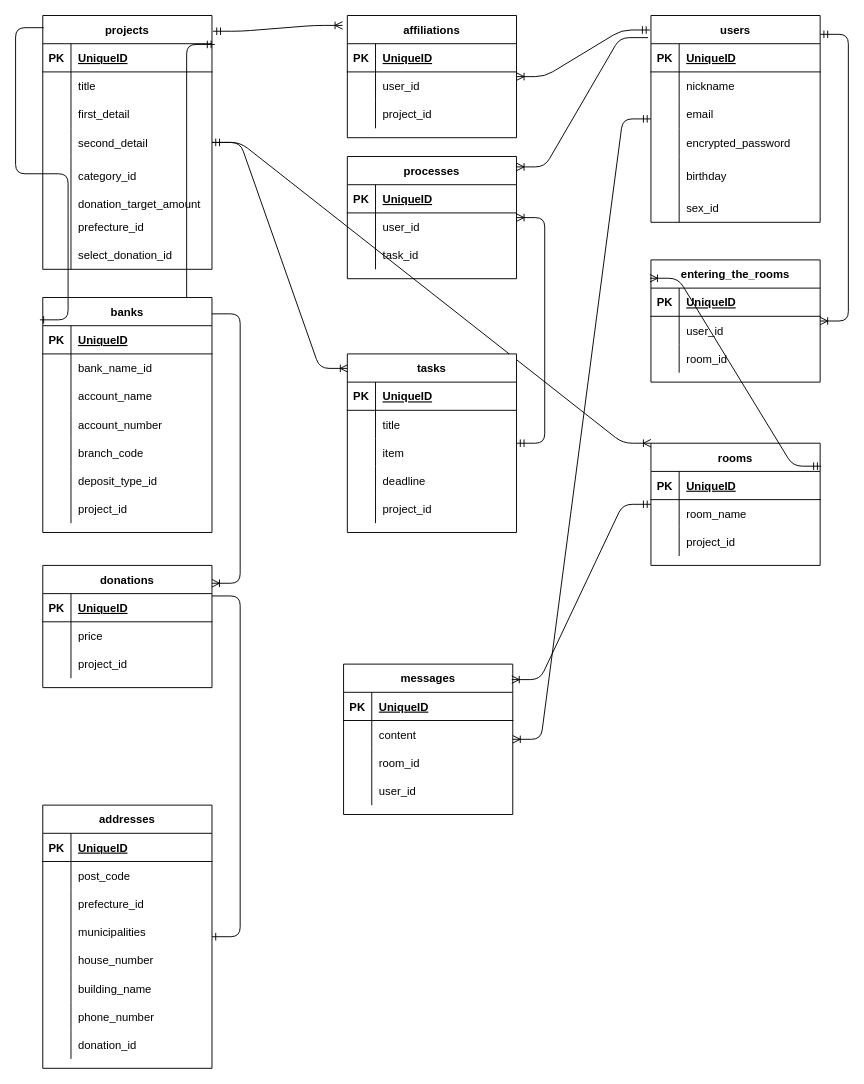
This is er.dio from akioGitHub/project-app, a draw.io file, before an edit. Source tidied: cells renumbered, new cells numbered last; positions are measured from the earlier drawing's top-left corner, leaving out a move shared by most shapes. Both pictures are drawn from the tidied source at 94%, with x=0, y=0 at pixel (42, 15).
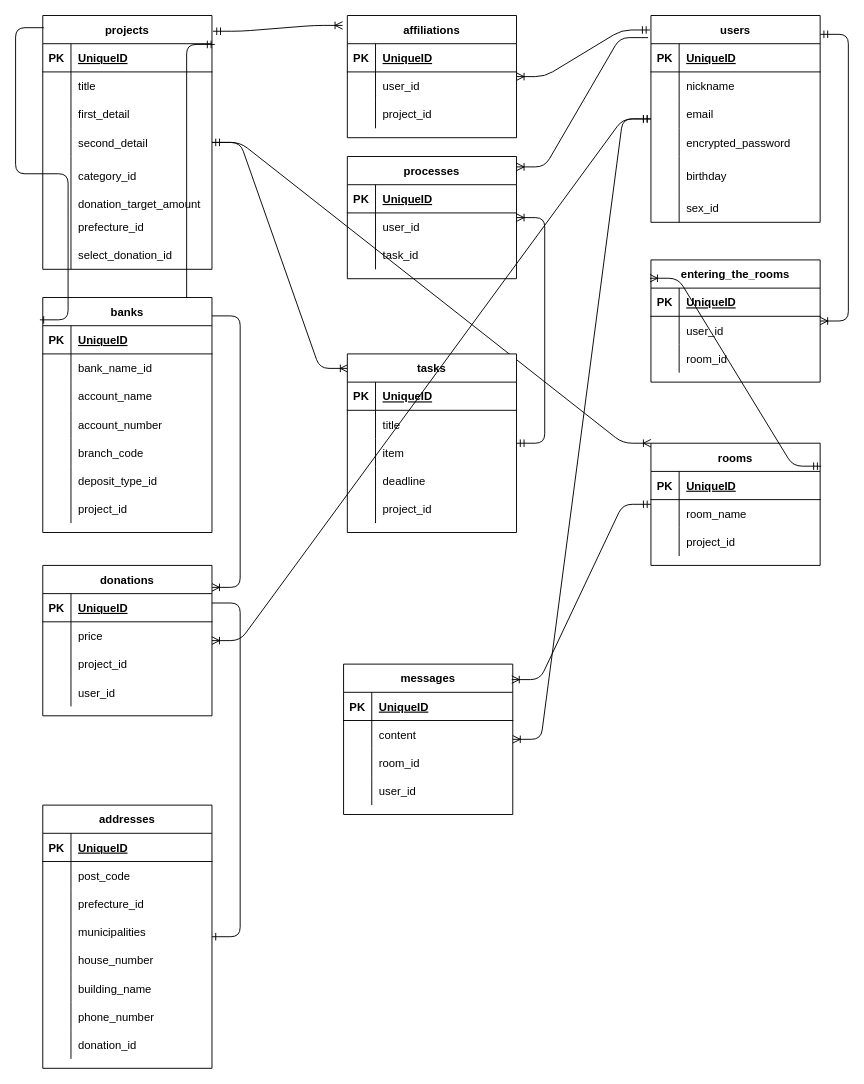
After the change.

Unchanged cells that the change refers to:
```xml
<mxCell id="27" value="users" style="shape=table;startSize=30;childLayout=tableLayout;rowLines=0;fontStyle=1;align=center;" parent="1" vertex="1">
  <mxGeometry x="647" width="180" height="220" as="geometry" />
</mxCell>
```

The edit, as a diff of the source:
```diff
@@
     <mxCell id="46" value="donations" style="shape=table;startSize=30;childLayout=tableLayout;rowLines=0;fontStyle=1;align=center;" parent="1" vertex="1">
-      <mxGeometry y="585" width="180" height="130" as="geometry" />
+      <mxGeometry y="585" width="180" height="160" as="geometry" />
     </mxCell>
@@
+    <mxCell id="185" style="shape=partialRectangle;fillColor=none;top=0;left=0;bottom=0;right=0;" parent="46" vertex="1">
+      <mxGeometry y="120" width="180" height="30" as="geometry" />
+    </mxCell>
+    <mxCell id="186" style="shape=partialRectangle;fillColor=none;top=0;left=0;bottom=0;right=0;overflow=hidden;" parent="185" vertex="1">
+      <mxGeometry width="30" height="30" as="geometry" />
+    </mxCell>
+    <mxCell id="187" value="user_id" style="shape=partialRectangle;fillColor=none;top=0;left=0;bottom=0;right=0;align=left;spacingLeft=6;overflow=hidden;" parent="185" vertex="1">
+      <mxGeometry x="30" width="150" height="30" as="geometry" />
+    </mxCell>
@@
+    <mxCell id="188" style="edgeStyle=entityRelationEdgeStyle;fontSize=12;html=1;endArrow=ERoneToMany;startArrow=ERmandOne;" parent="1" edge="1" source="27" target="46">
+      <mxGeometry relative="1" as="geometry" />
+    </mxCell>
```
